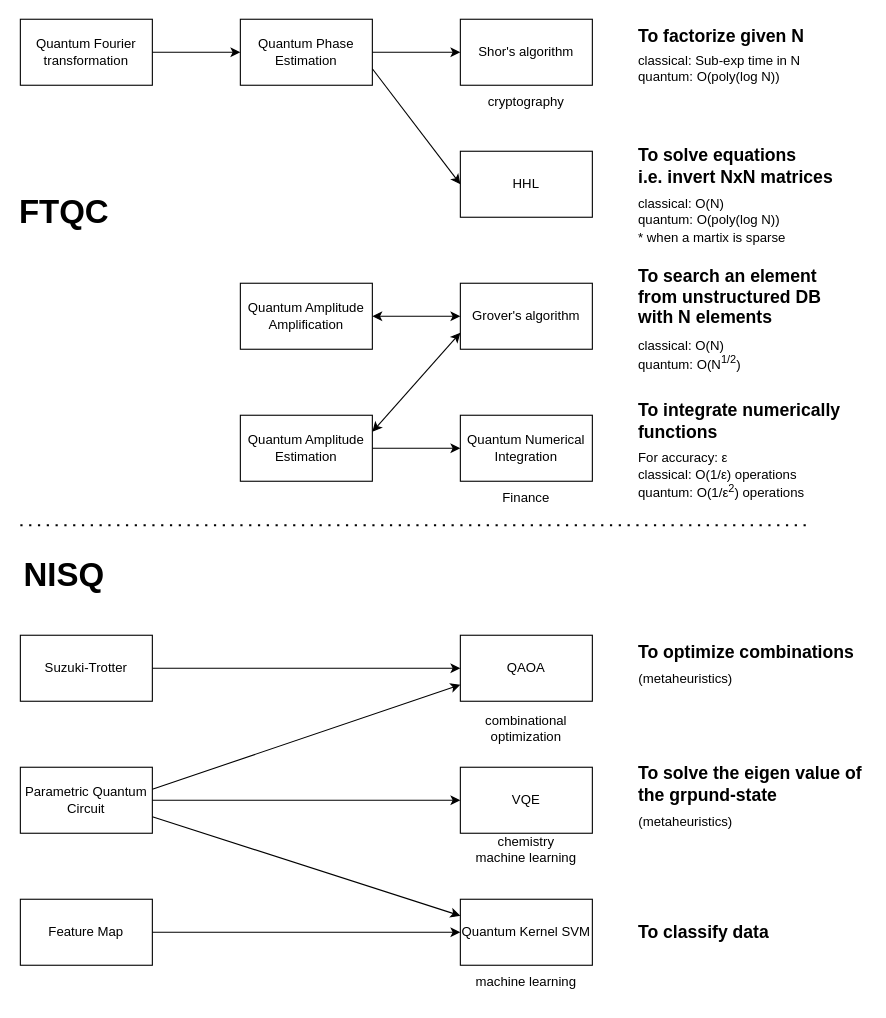
Before: quantum_algorithms.drawio in derwind/draw.io, a draw.io diagram. Source tidied: cells renumbered, new cells numbered last; positions are measured from the earlier drawing's top-left corner, leaving out a move shared by most shapes. Both pictures are drawn from the tidied source at 110%, with x=0, y=0 at pixel (20, 19).
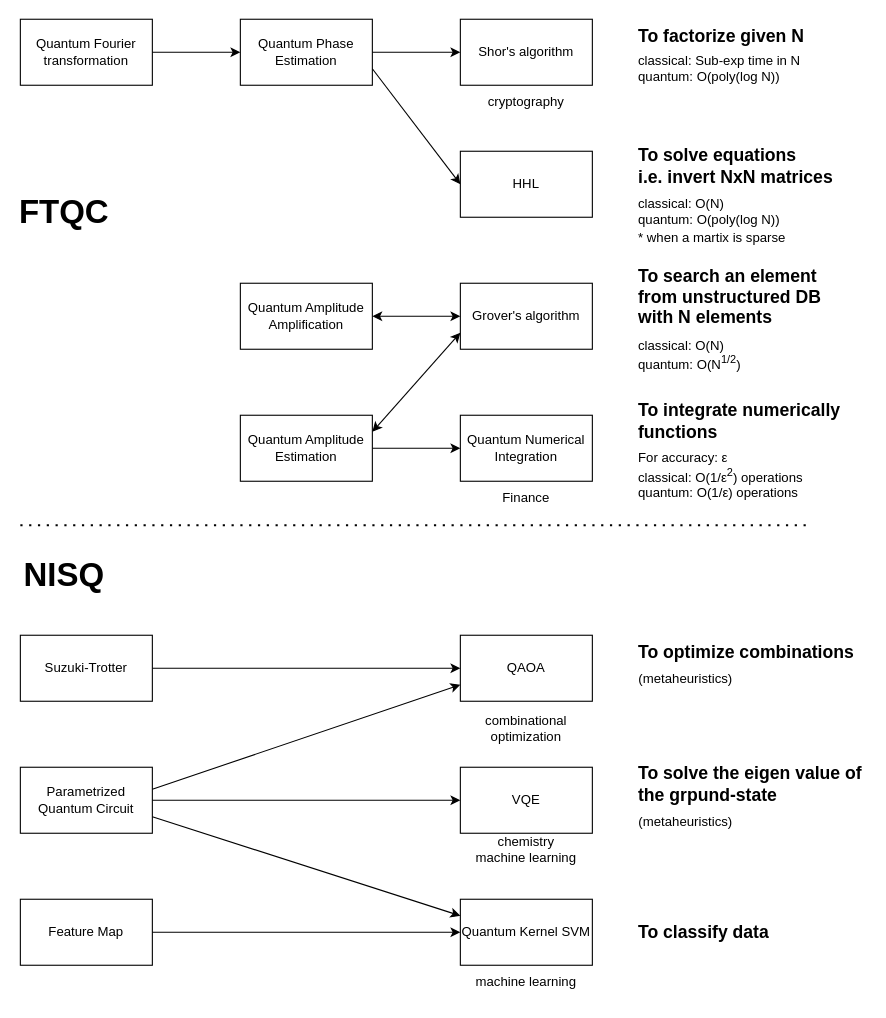
The same diagram, later.

Change to the diagram source:
```diff
@@
-    <mxCell id="20" value="Parametric Quantum Circuit" style="rounded=0;whiteSpace=wrap;html=1;" parent="1" vertex="1">
+    <mxCell id="20" value="Parametrized Quantum Circuit" style="rounded=0;whiteSpace=wrap;html=1;" parent="1" vertex="1">
       <mxGeometry y="680" width="120" height="60" as="geometry" />
     </mxCell>
@@
-    <mxCell id="43" value="For accuracy: ε&lt;br&gt;classical: O(1/ε) operations&lt;br&gt;quantum: O(1/ε&lt;sup&gt;2&lt;/sup&gt;) operations" style="text;html=1;strokeColor=none;fillColor=none;align=left;verticalAlign=middle;whiteSpace=wrap;rounded=0;" parent="1" vertex="1">
+    <mxCell id="43" value="For accuracy: ε&lt;br&gt;classical: O(1/ε&lt;sup style=&quot;border-color: var(--border-color);&quot;&gt;2&lt;/sup&gt;)&amp;nbsp;operations&lt;br&gt;quantum: O(1/ε) operations" style="text;html=1;strokeColor=none;fillColor=none;align=left;verticalAlign=middle;whiteSpace=wrap;rounded=0;" parent="1" vertex="1">
       <mxGeometry x="560" y="400" width="200" height="30" as="geometry" />
     </mxCell>
```
